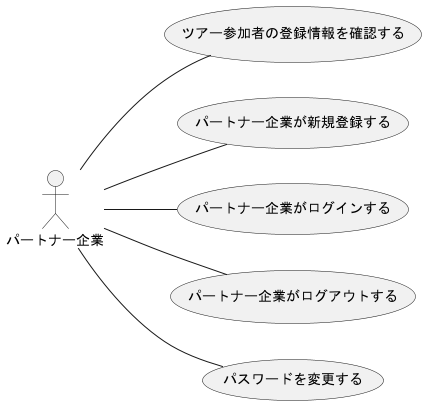
The PlantUML diagram out/F_usecase_client/パートナー企業_usecase(1).png in ksw2270227/GroupF, before a commit.
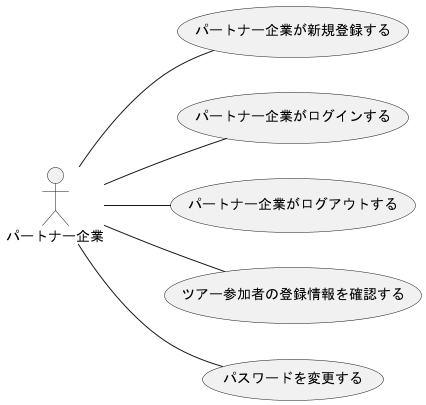
The same diagram one commit later.

What changed in the source:
```diff
@@ -2,9 +2,9 @@
 left to right direction
 actor パートナー企業
 
-パートナー企業 -- (ツアー参加者の登録情報を確認する)
 パートナー企業 -- (パートナー企業が新規登録する)
 パートナー企業 -- (パートナー企業がログインする)
 パートナー企業 -- (パートナー企業がログアウトする)
+パートナー企業 -- (ツアー参加者の登録情報を確認する)
 パートナー企業 -- (パスワードを変更する)
 @enduml
```
